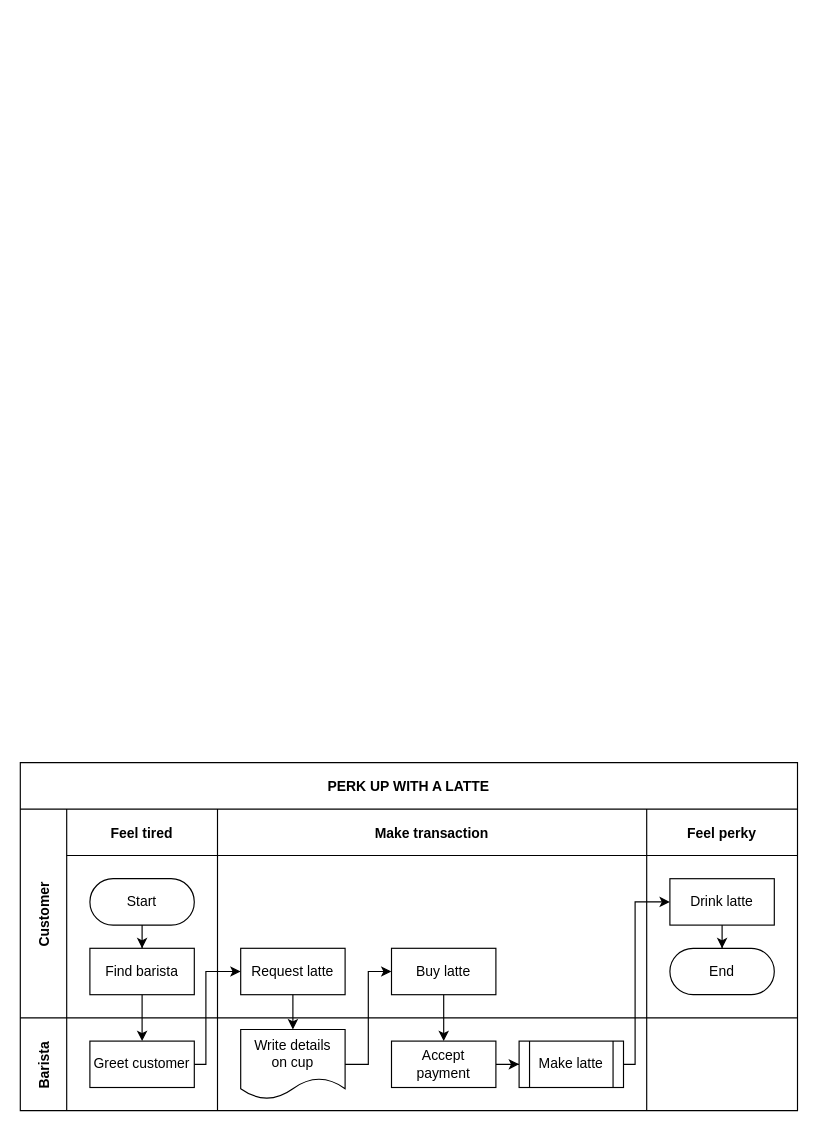
Before: Untitled Diagram.drawio in Ninzhu/Ninzhu.github.io, a draw.io diagram. Source tidied: cells renumbered, new cells numbered last; positions are measured from the earlier drawing's top-left corner, leaving out a move shared by most shapes. Both pictures are drawn from the tidied source at 116%, with x=0, y=0 at pixel (20, 762).
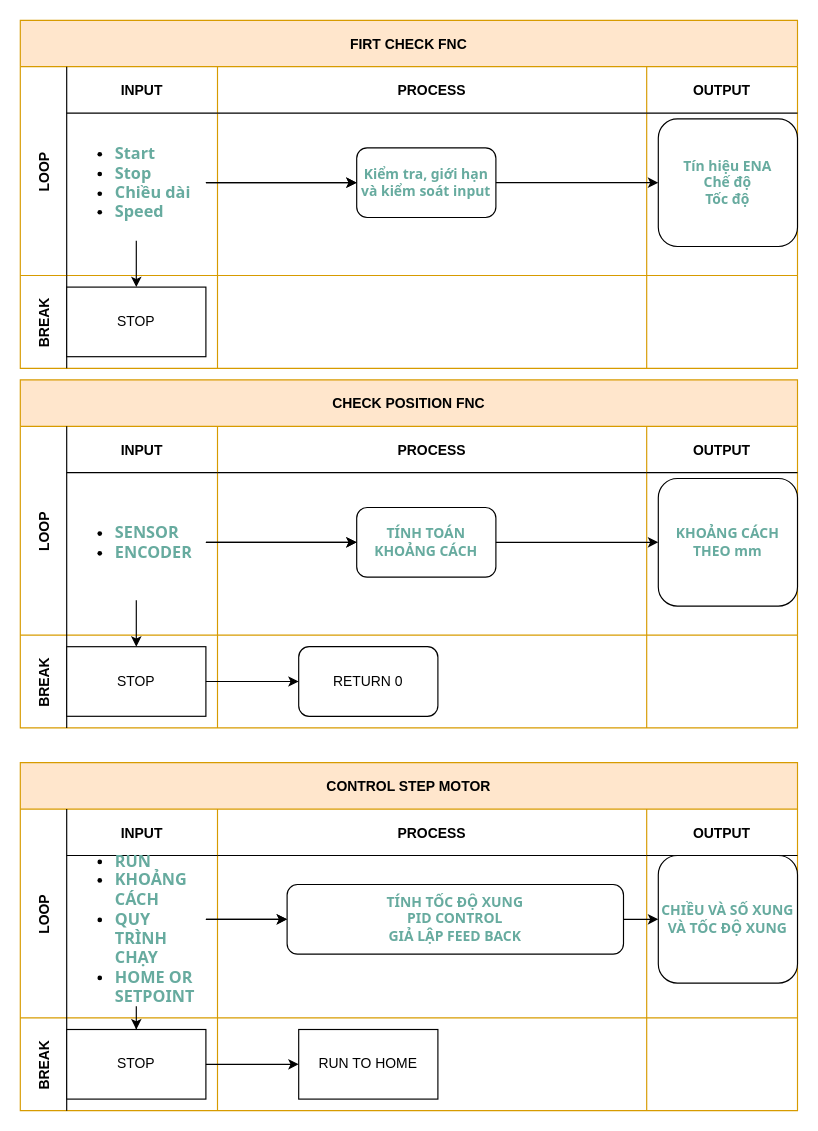
The same diagram, later.

The change refers to these unchanged cells:
```xml
<mxCell id="17" style="swimlane;swimlaneHead=0;swimlaneBody=0;fillColor=none;startSize=0;fontStyle=1;" parent="16" vertex="1">
  <mxGeometry x="40" width="130" height="80" as="geometry" />
</mxCell>
<mxCell id="19" style="swimlane;swimlaneHead=0;swimlaneBody=0;fillColor=none;startSize=0;fontStyle=1;" parent="16" vertex="1">
  <mxGeometry x="170" width="370" height="80" as="geometry" />
</mxCell>
```

The edit, as a diff of the source:
```diff
@@
-    <mxCell id="2" value="PERK UP WITH A LATTE" style="shape=table;childLayout=tableLayout;startSize=40;fillColor=none;fontStyle=1;" parent="1" vertex="1">
+    <mxCell id="2" value="CONTROL STEP MOTOR" style="shape=table;childLayout=tableLayout;startSize=40;fillColor=#ffe6cc;fontStyle=1;strokeColor=#d79b00;" parent="1" vertex="1">
       <mxGeometry width="670" height="300" as="geometry" />
     </mxCell>
-    <mxCell id="3" style="edgeStyle=orthogonalEdgeStyle;rounded=0;jettySize=auto;html=1;" parent="2" edge="1" source="8" target="18">
-      <mxGeometry relative="1" as="geometry" />
-    </mxCell>
-    <mxCell id="4" value="Customer" style="shape=tableRow;horizontal=0;swimlaneHead=0;swimlaneBody=0;top=0;left=0;bottom=0;right=0;fillColor=none;startSize=40;fontStyle=1;" parent="2" vertex="1">
+    <mxCell id="4" value="LOOP" style="shape=tableRow;horizontal=0;swimlaneHead=0;swimlaneBody=0;top=0;left=0;bottom=0;right=0;fillColor=none;startSize=40;fontStyle=1;" parent="2" vertex="1">
       <mxGeometry y="40" width="670" height="180" as="geometry" />
     </mxCell>
-    <mxCell id="5" value="Feel tired" style="swimlane;swimlaneHead=0;swimlaneBody=0;fillColor=none;startSize=40;fontStyle=1;" parent="4" vertex="1">
+    <mxCell id="5" value="INPUT" style="swimlane;swimlaneHead=0;swimlaneBody=0;fillColor=none;startSize=40;fontStyle=1;" parent="4" vertex="1">
       <mxGeometry x="40" width="130" height="180" as="geometry" />
     </mxCell>
-    <mxCell id="6" style="edgeStyle=orthogonalEdgeStyle;rounded=0;jettySize=auto;html=1;" parent="5" edge="1" source="7" target="8">
-      <mxGeometry relative="1" as="geometry" />
-    </mxCell>
-    <mxCell id="7" value="Start" style="rounded=1;whiteSpace=wrap;html=1;arcSize=50;" parent="5" vertex="1">
-      <mxGeometry x="20" y="60" width="90" height="40" as="geometry" />
-    </mxCell>
-    <mxCell id="8" value="Find barista" style="rounded=0;whiteSpace=wrap;html=1;" parent="5" vertex="1">
-      <mxGeometry x="20" y="120" width="90" height="40" as="geometry" />
-    </mxCell>
+    <mxCell id="30" value="&lt;ul style=&quot;font-size: 14px;&quot;&gt;&lt;li&gt;&lt;font face=&quot;Tahoma&quot; color=&quot;#67ab9f&quot;&gt;&lt;b&gt;RUN&lt;/b&gt;&lt;/font&gt;&lt;/li&gt;&lt;li&gt;&lt;font face=&quot;Tahoma&quot; color=&quot;#67ab9f&quot;&gt;&lt;b&gt;KHOẢNG CÁCH&lt;/b&gt;&lt;/font&gt;&lt;/li&gt;&lt;li&gt;&lt;font face=&quot;Tahoma&quot; color=&quot;#67ab9f&quot;&gt;&lt;b&gt;QUY TRÌNH CHẠY&lt;/b&gt;&lt;/font&gt;&lt;/li&gt;&lt;li&gt;&lt;font face=&quot;Tahoma&quot; color=&quot;#67ab9f&quot;&gt;&lt;b&gt;HOME OR SETPOINT&lt;/b&gt;&lt;/font&gt;&lt;/li&gt;&lt;/ul&gt;" style="text;strokeColor=none;fillColor=none;html=1;whiteSpace=wrap;verticalAlign=middle;overflow=hidden;" parent="5" vertex="1">
+      <mxGeometry y="20" width="120" height="150" as="geometry" />
+    </mxCell>
-    <mxCell id="9" value="Make transaction" style="swimlane;swimlaneHead=0;swimlaneBody=0;fillColor=none;startSize=40;fontStyle=1;" parent="4" vertex="1">
+    <mxCell id="9" value="PROCESS" style="swimlane;swimlaneHead=0;swimlaneBody=0;fillColor=none;startSize=40;fontStyle=1;" parent="4" vertex="1">
       <mxGeometry x="170" width="370" height="180" as="geometry" />
     </mxCell>
-    <mxCell id="10" value="Request latte" style="rounded=0;whiteSpace=wrap;html=1;" parent="9" vertex="1">
-      <mxGeometry x="20" y="120" width="90" height="40" as="geometry" />
-    </mxCell>
-    <mxCell id="11" value="Buy latte" style="rounded=0;whiteSpace=wrap;html=1;" parent="9" vertex="1">
-      <mxGeometry x="150" y="120" width="90" height="40" as="geometry" />
-    </mxCell>
+    <mxCell id="31" value="&lt;div&gt;&lt;font face=&quot;Tahoma&quot; color=&quot;#67ab9f&quot;&gt;&lt;b&gt;TÍNH TỐC ĐỘ XUNG&lt;/b&gt;&lt;/font&gt;&lt;/div&gt;&lt;div&gt;&lt;font face=&quot;Tahoma&quot; color=&quot;#67ab9f&quot;&gt;&lt;b&gt;PID CONTROL&lt;/b&gt;&lt;/font&gt;&lt;/div&gt;&lt;div&gt;&lt;font face=&quot;Tahoma&quot; color=&quot;#67ab9f&quot;&gt;&lt;b&gt;GIẢ LẬP FEED BACK&lt;/b&gt;&lt;/font&gt;&lt;/div&gt;" style="rounded=1;whiteSpace=wrap;html=1;" parent="9" vertex="1">
+      <mxGeometry x="60" y="65" width="290" height="60" as="geometry" />
+    </mxCell>
-    <mxCell id="12" value="Feel perky" style="swimlane;swimlaneHead=0;swimlaneBody=0;fillColor=none;startSize=40;fontStyle=1;" parent="4" vertex="1">
+    <mxCell id="12" value="OUTPUT" style="swimlane;swimlaneHead=0;swimlaneBody=0;fillColor=none;startSize=40;fontStyle=1;" parent="4" vertex="1">
       <mxGeometry x="540" width="130" height="180" as="geometry" />
     </mxCell>
-    <mxCell id="13" style="edgeStyle=orthogonalEdgeStyle;rounded=0;jettySize=auto;html=1;" parent="12" edge="1" source="14" target="15">
-      <mxGeometry relative="1" as="geometry" />
-    </mxCell>
-    <mxCell id="14" value="Drink latte" style="rounded=0;whiteSpace=wrap;html=1;" parent="12" vertex="1">
-      <mxGeometry x="20" y="60" width="90" height="40" as="geometry" />
-    </mxCell>
-    <mxCell id="15" value="End" style="rounded=1;whiteSpace=wrap;html=1;arcSize=50;" parent="12" vertex="1">
-      <mxGeometry x="20" y="120" width="90" height="40" as="geometry" />
-    </mxCell>
+    <mxCell id="32" value="&lt;font face=&quot;Tahoma&quot; color=&quot;#67ab9f&quot;&gt;&lt;b&gt;CHIỀU VÀ SỐ XUNG VÀ TỐC ĐỘ XUNG&lt;/b&gt;&lt;/font&gt;" style="rounded=1;whiteSpace=wrap;html=1;" parent="12" vertex="1">
+      <mxGeometry x="10" y="40" width="120" height="110" as="geometry" />
+    </mxCell>
+    <mxCell id="33" style="edgeStyle=orthogonalEdgeStyle;rounded=0;jettySize=auto;html=1;" parent="4" edge="1" source="30" target="31">
+      <mxGeometry relative="1" as="geometry" />
+    </mxCell>
+    <mxCell id="34" style="edgeStyle=orthogonalEdgeStyle;rounded=0;jettySize=auto;html=1;" parent="4" edge="1" source="30" target="31">
+      <mxGeometry relative="1" as="geometry" />
+    </mxCell>
+    <mxCell id="35" style="edgeStyle=orthogonalEdgeStyle;rounded=0;jettySize=auto;html=1;" parent="4" edge="1" source="31" target="32">
+      <mxGeometry relative="1" as="geometry" />
+    </mxCell>
-    <mxCell id="16" value="Barista" style="shape=tableRow;horizontal=0;swimlaneHead=0;swimlaneBody=0;top=0;left=0;bottom=0;right=0;fillColor=none;startSize=40;fontStyle=1;" parent="2" vertex="1">
+    <mxCell id="16" value="BREAK" style="shape=tableRow;horizontal=0;swimlaneHead=0;swimlaneBody=0;top=0;left=0;bottom=0;right=0;fillColor=none;startSize=40;fontStyle=1;" parent="2" vertex="1">
       <mxGeometry y="220" width="670" height="80" as="geometry" />
     </mxCell>
@@
-    <mxCell id="18" value="Greet customer" style="rounded=0;whiteSpace=wrap;html=1;" parent="17" vertex="1">
-      <mxGeometry x="20" y="20" width="90" height="40" as="geometry" />
-    </mxCell>
+    <mxCell id="36" value="STOP" style="whiteSpace=wrap;html=1;" parent="17" vertex="1">
+      <mxGeometry y="10" width="120" height="60" as="geometry" />
+    </mxCell>
@@
-    <mxCell id="20" style="edgeStyle=orthogonalEdgeStyle;rounded=0;jettySize=auto;html=1;" parent="19" edge="1" source="21" target="23">
-      <mxGeometry relative="1" as="geometry" />
-    </mxCell>
-    <mxCell id="21" value="Accept&lt;br&gt;payment" style="rounded=0;whiteSpace=wrap;html=1;" parent="19" vertex="1">
-      <mxGeometry x="150" y="20" width="90" height="40" as="geometry" />
-    </mxCell>
-    <mxCell id="22" value="Write details&lt;br&gt;on cup" style="shape=document;whiteSpace=wrap;html=1;boundedLbl=1;" parent="19" vertex="1">
-      <mxGeometry x="20" y="10" width="90" height="60" as="geometry" />
-    </mxCell>
-    <mxCell id="23" value="Make latte" style="shape=process;whiteSpace=wrap;html=1;backgroundOutline=1;" parent="19" vertex="1">
-      <mxGeometry x="260" y="20" width="90" height="40" as="geometry" />
-    </mxCell>
+    <mxCell id="37" value="RUN TO HOME" style="whiteSpace=wrap;html=1;" parent="19" vertex="1">
+      <mxGeometry x="70" y="10" width="120" height="60" as="geometry" />
+    </mxCell>
@@
-    <mxCell id="25" style="edgeStyle=orthogonalEdgeStyle;rounded=0;jettySize=auto;html=1;" parent="2" edge="1" source="18" target="10">
-      <mxGeometry relative="1" as="geometry">
-        <Array as="points">
-          <mxPoint x="160" y="260" />
-          <mxPoint x="160" y="180" />
-        </Array>
-      </mxGeometry>
-    </mxCell>
-    <mxCell id="26" style="edgeStyle=orthogonalEdgeStyle;rounded=0;jettySize=auto;html=1;" parent="2" edge="1" source="10" target="22">
-      <mxGeometry relative="1" as="geometry" />
-    </mxCell>
-    <mxCell id="27" style="edgeStyle=orthogonalEdgeStyle;rounded=0;jettySize=auto;html=1;" parent="2" edge="1" source="22" target="11">
-      <mxGeometry relative="1" as="geometry">
-        <Array as="points">
-          <mxPoint x="300" y="260" />
-          <mxPoint x="300" y="180" />
-        </Array>
-      </mxGeometry>
-    </mxCell>
-    <mxCell id="28" style="edgeStyle=orthogonalEdgeStyle;rounded=0;jettySize=auto;html=1;" parent="2" edge="1" source="11" target="21">
-      <mxGeometry relative="1" as="geometry" />
-    </mxCell>
-    <mxCell id="29" style="edgeStyle=orthogonalEdgeStyle;rounded=0;jettySize=auto;html=1;" parent="2" edge="1" source="23" target="14">
-      <mxGeometry relative="1" as="geometry">
-        <Array as="points">
-          <mxPoint x="530" y="260" />
-          <mxPoint x="530" y="120" />
-        </Array>
-      </mxGeometry>
-    </mxCell>
+    <mxCell id="38" style="edgeStyle=orthogonalEdgeStyle;rounded=0;jettySize=auto;html=1;" parent="16" edge="1" source="36" target="37">
+      <mxGeometry relative="1" as="geometry" />
+    </mxCell>
+    <mxCell id="39" style="edgeStyle=orthogonalEdgeStyle;rounded=0;jettySize=auto;html=1;" parent="2" edge="1" source="30" target="36">
+      <mxGeometry relative="1" as="geometry" />
+    </mxCell>
+    <mxCell id="40" value="CHECK POSITION FNC" style="shape=table;childLayout=tableLayout;startSize=40;fillColor=#ffe6cc;fontStyle=1;strokeColor=#d79b00;" parent="1" vertex="1">
+      <mxGeometry y="-330" width="670" height="300" as="geometry" />
+    </mxCell>
+    <mxCell id="41" value="LOOP" style="shape=tableRow;horizontal=0;swimlaneHead=0;swimlaneBody=0;top=0;left=0;bottom=0;right=0;fillColor=none;startSize=40;fontStyle=1;" parent="40" vertex="1">
+      <mxGeometry y="40" width="670" height="180" as="geometry" />
+    </mxCell>
+    <mxCell id="42" value="INPUT" style="swimlane;swimlaneHead=0;swimlaneBody=0;fillColor=none;startSize=40;fontStyle=1;" parent="41" vertex="1">
+      <mxGeometry x="40" width="130" height="180" as="geometry" />
+    </mxCell>
+    <mxCell id="43" value="&lt;ul style=&quot;font-size: 14px;&quot;&gt;&lt;li&gt;&lt;font face=&quot;Tahoma&quot; color=&quot;#67ab9f&quot;&gt;&lt;b&gt;SENSOR&lt;/b&gt;&lt;/font&gt;&lt;/li&gt;&lt;li&gt;&lt;font face=&quot;Tahoma&quot; color=&quot;#67ab9f&quot;&gt;&lt;b&gt;ENCODER&lt;/b&gt;&lt;/font&gt;&lt;/li&gt;&lt;/ul&gt;" style="text;strokeColor=none;fillColor=none;html=1;whiteSpace=wrap;verticalAlign=middle;overflow=hidden;" parent="42" vertex="1">
+      <mxGeometry y="50" width="120" height="100" as="geometry" />
+    </mxCell>
+    <mxCell id="44" value="PROCESS" style="swimlane;swimlaneHead=0;swimlaneBody=0;fillColor=none;startSize=40;fontStyle=1;" parent="41" vertex="1">
+      <mxGeometry x="170" width="370" height="180" as="geometry" />
+    </mxCell>
+    <mxCell id="45" value="&lt;font face=&quot;Tahoma&quot; color=&quot;#67ab9f&quot;&gt;&lt;b&gt;TÍNH TOÁN KHOẢNG CÁCH&lt;/b&gt;&lt;/font&gt;" style="rounded=1;whiteSpace=wrap;html=1;" parent="44" vertex="1">
+      <mxGeometry x="120" y="70" width="120" height="60" as="geometry" />
+    </mxCell>
+    <mxCell id="46" value="OUTPUT" style="swimlane;swimlaneHead=0;swimlaneBody=0;fillColor=none;startSize=40;fontStyle=1;" parent="41" vertex="1">
+      <mxGeometry x="540" width="130" height="180" as="geometry" />
+    </mxCell>
+    <mxCell id="47" value="&lt;font face=&quot;Tahoma&quot; color=&quot;#67ab9f&quot;&gt;&lt;b&gt;KHOẢNG CÁCH THEO mm&lt;/b&gt;&lt;/font&gt;" style="rounded=1;whiteSpace=wrap;html=1;" parent="46" vertex="1">
+      <mxGeometry x="10" y="45" width="120" height="110" as="geometry" />
+    </mxCell>
+    <mxCell id="48" style="edgeStyle=orthogonalEdgeStyle;rounded=0;jettySize=auto;html=1;" parent="41" edge="1" source="43" target="45">
+      <mxGeometry relative="1" as="geometry" />
+    </mxCell>
+    <mxCell id="49" style="edgeStyle=orthogonalEdgeStyle;rounded=0;jettySize=auto;html=1;" parent="41" edge="1" source="43" target="45">
+      <mxGeometry relative="1" as="geometry" />
+    </mxCell>
+    <mxCell id="50" style="edgeStyle=orthogonalEdgeStyle;rounded=0;jettySize=auto;html=1;" parent="41" edge="1" source="45" target="47">
+      <mxGeometry relative="1" as="geometry" />
+    </mxCell>
+    <mxCell id="51" value="BREAK" style="shape=tableRow;horizontal=0;swimlaneHead=0;swimlaneBody=0;top=0;left=0;bottom=0;right=0;fillColor=none;startSize=40;fontStyle=1;" parent="40" vertex="1">
+      <mxGeometry y="220" width="670" height="80" as="geometry" />
+    </mxCell>
+    <mxCell id="52" style="swimlane;swimlaneHead=0;swimlaneBody=0;fillColor=none;startSize=0;fontStyle=1;" parent="51" vertex="1">
+      <mxGeometry x="40" width="130" height="80" as="geometry" />
+    </mxCell>
+    <mxCell id="53" value="STOP" style="whiteSpace=wrap;html=1;" parent="52" vertex="1">
+      <mxGeometry y="10" width="120" height="60" as="geometry" />
+    </mxCell>
+    <mxCell id="54" style="swimlane;swimlaneHead=0;swimlaneBody=0;fillColor=none;startSize=0;fontStyle=1;" parent="51" vertex="1">
+      <mxGeometry x="170" width="370" height="80" as="geometry" />
+    </mxCell>
+    <mxCell id="55" value="RETURN 0" style="rounded=1;whiteSpace=wrap;html=1;" parent="54" vertex="1">
+      <mxGeometry x="70" y="10" width="120" height="60" as="geometry" />
+    </mxCell>
+    <mxCell id="56" style="swimlane;swimlaneHead=0;swimlaneBody=0;fillColor=none;startSize=0;fontStyle=1;" parent="51" vertex="1">
+      <mxGeometry x="540" width="130" height="80" as="geometry" />
+    </mxCell>
+    <mxCell id="57" style="edgeStyle=orthogonalEdgeStyle;rounded=0;jettySize=auto;html=1;" parent="51" edge="1" source="53" target="55">
+      <mxGeometry relative="1" as="geometry" />
+    </mxCell>
+    <mxCell id="58" style="edgeStyle=orthogonalEdgeStyle;rounded=0;jettySize=auto;html=1;" parent="40" edge="1" source="43" target="53">
+      <mxGeometry relative="1" as="geometry" />
+    </mxCell>
+    <mxCell id="59" value="FIRT CHECK FNC" style="shape=table;childLayout=tableLayout;startSize=40;fillColor=#ffe6cc;fontStyle=1;strokeColor=#d79b00;" parent="1" vertex="1">
+      <mxGeometry y="-640" width="670" height="300" as="geometry" />
+    </mxCell>
+    <mxCell id="60" value="LOOP" style="shape=tableRow;horizontal=0;swimlaneHead=0;swimlaneBody=0;top=0;left=0;bottom=0;right=0;fillColor=none;startSize=40;fontStyle=1;" parent="59" vertex="1">
+      <mxGeometry y="40" width="670" height="180" as="geometry" />
+    </mxCell>
+    <mxCell id="61" value="INPUT" style="swimlane;swimlaneHead=0;swimlaneBody=0;fillColor=none;startSize=40;fontStyle=1;" parent="60" vertex="1">
+      <mxGeometry x="40" width="130" height="180" as="geometry" />
+    </mxCell>
+    <mxCell id="62" value="&lt;ul style=&quot;font-size: 14px;&quot;&gt;&lt;li&gt;&lt;font face=&quot;Tahoma&quot; color=&quot;#67ab9f&quot;&gt;&lt;b&gt;Start&lt;/b&gt;&lt;/font&gt;&lt;/li&gt;&lt;li&gt;&lt;font face=&quot;Tahoma&quot; color=&quot;#67ab9f&quot;&gt;&lt;b&gt;Stop&lt;/b&gt;&lt;/font&gt;&lt;/li&gt;&lt;li&gt;&lt;font face=&quot;Tahoma&quot; color=&quot;#67ab9f&quot;&gt;&lt;b&gt;Chiều dài&lt;/b&gt;&lt;/font&gt;&lt;/li&gt;&lt;li&gt;&lt;font face=&quot;Tahoma&quot; color=&quot;#67ab9f&quot;&gt;&lt;b&gt;Speed&lt;/b&gt;&lt;/font&gt;&lt;/li&gt;&lt;/ul&gt;" style="text;strokeColor=none;fillColor=none;html=1;whiteSpace=wrap;verticalAlign=middle;overflow=hidden;" parent="61" vertex="1">
+      <mxGeometry y="50" width="120" height="100" as="geometry" />
+    </mxCell>
+    <mxCell id="63" value="PROCESS" style="swimlane;swimlaneHead=0;swimlaneBody=0;fillColor=none;startSize=40;fontStyle=1;" parent="60" vertex="1">
+      <mxGeometry x="170" width="370" height="180" as="geometry" />
+    </mxCell>
+    <mxCell id="64" value="&lt;font face=&quot;Tahoma&quot; color=&quot;#67ab9f&quot;&gt;&lt;b&gt;Kiểm tra, giới hạn và kiểm soát input&lt;/b&gt;&lt;/font&gt;" style="rounded=1;whiteSpace=wrap;html=1;" parent="63" vertex="1">
+      <mxGeometry x="120" y="70" width="120" height="60" as="geometry" />
+    </mxCell>
+    <mxCell id="65" value="OUTPUT" style="swimlane;swimlaneHead=0;swimlaneBody=0;fillColor=none;startSize=40;fontStyle=1;" parent="60" vertex="1">
+      <mxGeometry x="540" width="130" height="180" as="geometry" />
+    </mxCell>
+    <mxCell id="66" value="&lt;font face=&quot;Tahoma&quot; color=&quot;#67ab9f&quot;&gt;&lt;b&gt;Tín hiệu ENA&lt;/b&gt;&lt;/font&gt;&lt;div&gt;&lt;font face=&quot;Tahoma&quot; color=&quot;#67ab9f&quot;&gt;&lt;b&gt;Chế độ&lt;/b&gt;&lt;/font&gt;&lt;/div&gt;&lt;div&gt;&lt;font face=&quot;Tahoma&quot; color=&quot;#67ab9f&quot;&gt;&lt;b&gt;Tốc độ&lt;/b&gt;&lt;/font&gt;&lt;/div&gt;" style="rounded=1;whiteSpace=wrap;html=1;" parent="65" vertex="1">
+      <mxGeometry x="10" y="45" width="120" height="110" as="geometry" />
+    </mxCell>
+    <mxCell id="67" style="edgeStyle=orthogonalEdgeStyle;rounded=0;jettySize=auto;html=1;" parent="60" edge="1" source="62" target="64">
+      <mxGeometry relative="1" as="geometry" />
+    </mxCell>
+    <mxCell id="68" style="edgeStyle=orthogonalEdgeStyle;rounded=0;jettySize=auto;html=1;" parent="60" edge="1" source="62" target="64">
+      <mxGeometry relative="1" as="geometry" />
+    </mxCell>
+    <mxCell id="69" style="edgeStyle=orthogonalEdgeStyle;rounded=0;jettySize=auto;html=1;" parent="60" edge="1" source="64" target="66">
+      <mxGeometry relative="1" as="geometry" />
+    </mxCell>
+    <mxCell id="70" value="BREAK" style="shape=tableRow;horizontal=0;swimlaneHead=0;swimlaneBody=0;top=0;left=0;bottom=0;right=0;fillColor=none;startSize=40;fontStyle=1;" parent="59" vertex="1">
+      <mxGeometry y="220" width="670" height="80" as="geometry" />
+    </mxCell>
+    <mxCell id="71" style="swimlane;swimlaneHead=0;swimlaneBody=0;fillColor=none;startSize=0;fontStyle=1;" parent="70" vertex="1">
+      <mxGeometry x="40" width="130" height="80" as="geometry" />
+    </mxCell>
+    <mxCell id="72" value="STOP" style="whiteSpace=wrap;html=1;" parent="71" vertex="1">
+      <mxGeometry y="10" width="120" height="60" as="geometry" />
+    </mxCell>
+    <mxCell id="73" style="swimlane;swimlaneHead=0;swimlaneBody=0;fillColor=none;startSize=0;fontStyle=1;" parent="70" vertex="1">
+      <mxGeometry x="170" width="370" height="80" as="geometry" />
+    </mxCell>
+    <mxCell id="74" style="swimlane;swimlaneHead=0;swimlaneBody=0;fillColor=none;startSize=0;fontStyle=1;" parent="70" vertex="1">
+      <mxGeometry x="540" width="130" height="80" as="geometry" />
+    </mxCell>
+    <mxCell id="75" style="edgeStyle=orthogonalEdgeStyle;rounded=0;jettySize=auto;html=1;" parent="59" edge="1" source="62" target="72">
+      <mxGeometry relative="1" as="geometry" />
+    </mxCell>
```
